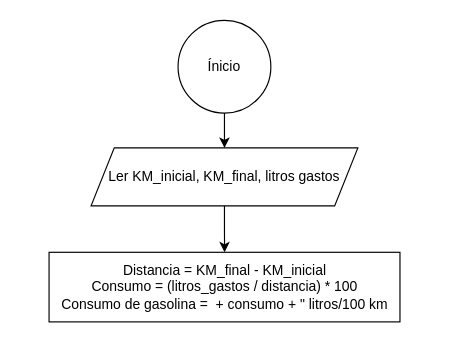
Earlier version of the draw.io diagram Ex2.drawio (Mobojobil/Tom-s-guerreiro-). Source tidied: cells renumbered, new cells numbered last; positions are measured from the earlier drawing's top-left corner, leaving out a move shared by most shapes. Both pictures are drawn from the tidied source at 116%, with x=0, y=0 at pixel (49, 20).
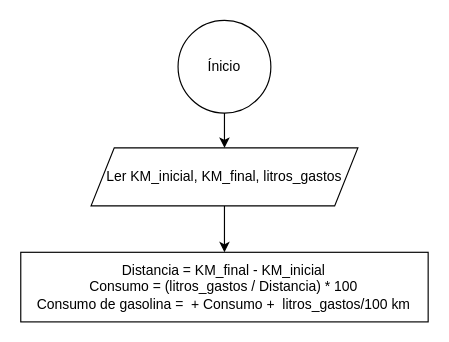
The same diagram, later.

Diff of the diagram source:
```diff
@@
 <mxGraphModel>
   <root>
     <mxCell id="0" />
     <mxCell id="1" parent="0" />
     <mxCell id="2" style="edgeStyle=orthogonalEdgeStyle;rounded=0;jettySize=auto;html=1;entryX=0.5;entryY=0;entryDx=0;entryDy=0;" parent="1" edge="1" source="3" target="5">
       <mxGeometry relative="1" as="geometry" />
     </mxCell>
     <mxCell id="3" value="Ínicio" style="ellipse;whiteSpace=wrap;html=1;" parent="1" vertex="1">
       <mxGeometry x="111" width="80" height="80" as="geometry" />
     </mxCell>
     <mxCell id="4" style="edgeStyle=orthogonalEdgeStyle;rounded=0;jettySize=auto;html=1;" parent="1" edge="1" source="5" target="6">
       <mxGeometry relative="1" as="geometry" />
     </mxCell>
-    <mxCell id="5" value="Ler KM_inicial, KM_final, litros gastos" style="shape=parallelogram;perimeter=parallelogramPerimeter;whiteSpace=wrap;html=1;fixedSize=1;" parent="1" vertex="1">
+    <mxCell id="5" value="Ler KM_inicial, KM_final, litros_gastos" style="shape=parallelogram;perimeter=parallelogramPerimeter;whiteSpace=wrap;html=1;fixedSize=1;" parent="1" vertex="1">
       <mxGeometry x="36" y="110" width="230" height="50" as="geometry" />
     </mxCell>
-    <mxCell id="6" value="Distancia = KM_final - KM_inicial&lt;div&gt;Consumo = (litros_gastos / distancia) * 100&lt;br&gt;&lt;/div&gt;&lt;div&gt;Consumo de gasolina =&amp;nbsp; + consumo + &quot; litros/100 km&lt;br&gt;&lt;/div&gt;" style="rounded=0;whiteSpace=wrap;html=1;" parent="1" vertex="1">
-      <mxGeometry x="-0.2" y="200" width="302.5" height="60" as="geometry" />
+    <mxCell id="6" value="Distancia = KM_final - KM_inicial&lt;div&gt;Consumo = (litros_gastos / Distancia) * 100&lt;br&gt;&lt;/div&gt;&lt;div&gt;Consumo de gasolina =&amp;nbsp; + Consumo +&amp;nbsp; litros_gastos/100 km&lt;br&gt;&lt;/div&gt;" style="rounded=0;whiteSpace=wrap;html=1;" parent="1" vertex="1">
+      <mxGeometry x="-24.6" y="200" width="351.2" height="60" as="geometry" />
     </mxCell>
   </root>
 </mxGraphModel>
```
